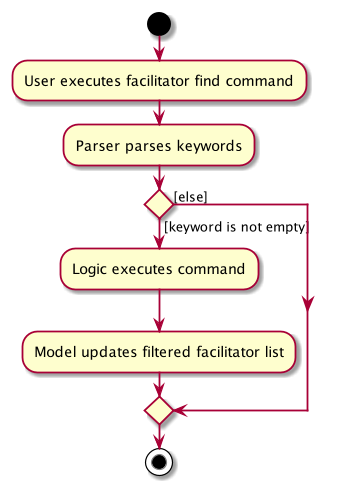
Before: docs/images/FacilitatorFindActivityDiagram.png, a diagram exported from PlantUML (zixinn/main). Source of this version:
```plantuml
@startuml
start
:User executes facilitator find command;
:Parser parses keywords;
if () then ([keyword is not empty])
    :Logic executes command;
    :Model updates filtered facilitator list;
else ([else])
endif
stop
@enduml
```
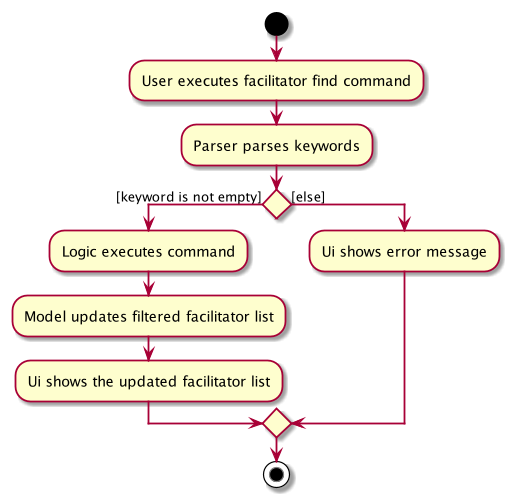
Later version of the same file.

What changed in the source:
```diff
@@ -5,7 +5,9 @@
 if () then ([keyword is not empty])
     :Logic executes command;
     :Model updates filtered facilitator list;
+    :Ui shows the updated facilitator list;
 else ([else])
+    :Ui shows error message;
 endif
 stop
 @enduml
```
